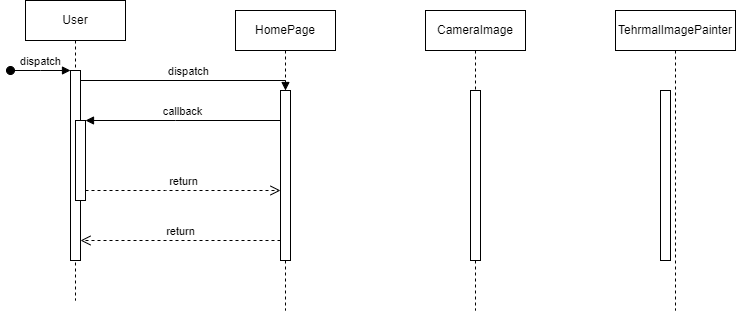
The draw.io diagram szekvencia.png in JBLogistic/Licence_Exam, before a commit. Source tidied: cells renumbered, new cells last; positions are measured from the earlier drawing's top-left corner, leaving out a move shared by most shapes.
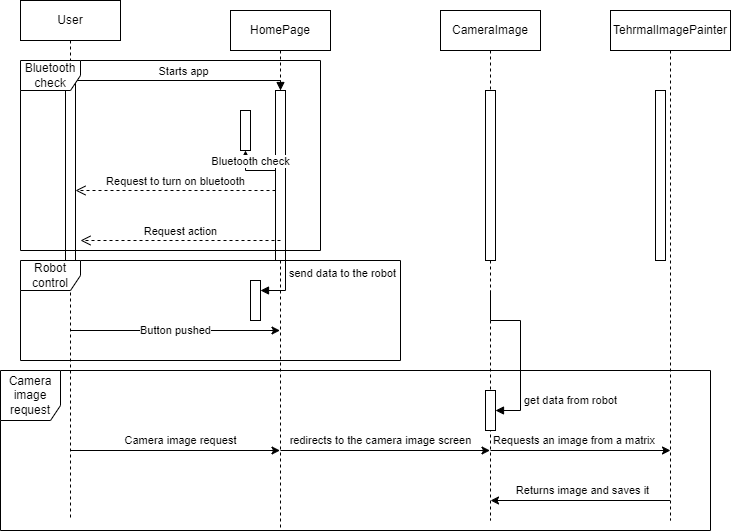
After the change.

Diff of the diagram source:
```diff
@@ -3,64 +3,126 @@
     <mxCell id="0" />
     <mxCell id="1" parent="0" />
     <mxCell id="2" value="User" style="shape=umlLifeline;perimeter=lifelinePerimeter;whiteSpace=wrap;html=1;newEdgeStyle={&quot;edgeStyle&quot;:&quot;elbowEdgeStyle&quot;,&quot;elbow&quot;:&quot;vertical&quot;,&quot;curved&quot;:0,&quot;rounded&quot;:0};" parent="1" vertex="1">
-      <mxGeometry x="15" width="100" height="300" as="geometry" />
+      <mxGeometry x="15" width="100" height="520" as="geometry" />
     </mxCell>
     <mxCell id="3" style="html=1;points=[];perimeter=orthogonalPerimeter;outlineConnect=0;targetShapes=umlLifeline;portConstraint=eastwest;newEdgeStyle={&quot;edgeStyle&quot;:&quot;elbowEdgeStyle&quot;,&quot;elbow&quot;:&quot;vertical&quot;,&quot;curved&quot;:0,&quot;rounded&quot;:0};" parent="2" vertex="1">
       <mxGeometry x="45" y="70" width="10" height="190" as="geometry" />
     </mxCell>
-    <mxCell id="4" value="dispatch" style="html=1;verticalAlign=bottom;startArrow=oval;endArrow=block;startSize=8;edgeStyle=elbowEdgeStyle;elbow=vertical;curved=0;rounded=0;" parent="2" edge="1" target="3">
-      <mxGeometry relative="1" as="geometry">
-        <mxPoint x="-15" y="70" as="sourcePoint" />
-      </mxGeometry>
-    </mxCell>
-    <mxCell id="5" style="html=1;points=[];perimeter=orthogonalPerimeter;outlineConnect=0;targetShapes=umlLifeline;portConstraint=eastwest;newEdgeStyle={&quot;edgeStyle&quot;:&quot;elbowEdgeStyle&quot;,&quot;elbow&quot;:&quot;vertical&quot;,&quot;curved&quot;:0,&quot;rounded&quot;:0};" parent="2" vertex="1">
-      <mxGeometry x="50" y="120" width="10" height="80" as="geometry" />
-    </mxCell>
     <mxCell id="6" value="HomePage" style="shape=umlLifeline;perimeter=lifelinePerimeter;whiteSpace=wrap;html=1;newEdgeStyle={&quot;edgeStyle&quot;:&quot;elbowEdgeStyle&quot;,&quot;elbow&quot;:&quot;vertical&quot;,&quot;curved&quot;:0,&quot;rounded&quot;:0};" parent="1" vertex="1">
-      <mxGeometry x="225" y="10" width="100" height="300" as="geometry" />
+      <mxGeometry x="225" y="10" width="100" height="520" as="geometry" />
     </mxCell>
     <mxCell id="7" style="html=1;points=[];perimeter=orthogonalPerimeter;outlineConnect=0;targetShapes=umlLifeline;portConstraint=eastwest;newEdgeStyle={&quot;edgeStyle&quot;:&quot;elbowEdgeStyle&quot;,&quot;elbow&quot;:&quot;vertical&quot;,&quot;curved&quot;:0,&quot;rounded&quot;:0};" parent="6" vertex="1">
       <mxGeometry x="45" y="80" width="10" height="170" as="geometry" />
     </mxCell>
+    <mxCell id="16" style="html=1;points=[];perimeter=orthogonalPerimeter;outlineConnect=0;targetShapes=umlLifeline;portConstraint=eastwest;newEdgeStyle={&quot;edgeStyle&quot;:&quot;elbowEdgeStyle&quot;,&quot;elbow&quot;:&quot;vertical&quot;,&quot;curved&quot;:0,&quot;rounded&quot;:0};" parent="6" vertex="1">
+      <mxGeometry x="10" y="100" width="10" height="40" as="geometry" />
+    </mxCell>
+    <mxCell id="17" style="html=1;points=[];perimeter=orthogonalPerimeter;outlineConnect=0;targetShapes=umlLifeline;portConstraint=eastwest;newEdgeStyle={&quot;edgeStyle&quot;:&quot;elbowEdgeStyle&quot;,&quot;elbow&quot;:&quot;vertical&quot;,&quot;curved&quot;:0,&quot;rounded&quot;:0};" parent="6" vertex="1">
+      <mxGeometry x="20" y="270" width="10" height="40" as="geometry" />
+    </mxCell>
+    <mxCell id="18" value="send data to the robot" style="html=1;align=left;spacingLeft=2;endArrow=block;rounded=0;edgeStyle=orthogonalEdgeStyle;curved=0;rounded=0;" parent="6" edge="1" target="17">
+      <mxGeometry relative="1" as="geometry">
+        <mxPoint x="25" y="250" as="sourcePoint" />
+        <Array as="points">
+          <mxPoint x="55" y="280" />
+        </Array>
+      </mxGeometry>
+    </mxCell>
-    <mxCell id="8" value="dispatch" style="html=1;verticalAlign=bottom;endArrow=block;edgeStyle=elbowEdgeStyle;elbow=vertical;curved=0;rounded=0;" parent="1" edge="1" source="3" target="7">
+    <mxCell id="8" value="Starts app" style="html=1;verticalAlign=bottom;endArrow=block;edgeStyle=elbowEdgeStyle;elbow=vertical;curved=0;rounded=0;" parent="1" edge="1" source="3" target="7">
       <mxGeometry relative="1" as="geometry">
         <Array as="points">
           <mxPoint x="155" y="80" />
         </Array>
       </mxGeometry>
     </mxCell>
-    <mxCell id="9" value="return" style="html=1;verticalAlign=bottom;endArrow=open;dashed=1;endSize=8;edgeStyle=elbowEdgeStyle;elbow=vertical;curved=0;rounded=0;" parent="1" edge="1" source="7" target="3">
+    <mxCell id="9" value="Request to turn on bluetooth" style="html=1;verticalAlign=bottom;endArrow=open;dashed=1;endSize=8;edgeStyle=elbowEdgeStyle;elbow=vertical;curved=0;rounded=0;" parent="1" edge="1">
       <mxGeometry relative="1" as="geometry">
+        <mxPoint x="270" y="190" as="sourcePoint" />
+        <mxPoint x="70" y="190" as="targetPoint" />
         <Array as="points">
-          <mxPoint x="165" y="240" />
+          <mxPoint x="165" y="190" />
         </Array>
       </mxGeometry>
     </mxCell>
-    <mxCell id="10" value="callback" style="html=1;verticalAlign=bottom;endArrow=block;edgeStyle=elbowEdgeStyle;elbow=vertical;curved=0;rounded=0;" parent="1" edge="1" source="7" target="5">
+    <mxCell id="10" value="Bluetooth check" style="html=1;verticalAlign=bottom;endArrow=block;edgeStyle=elbowEdgeStyle;elbow=vertical;curved=0;rounded=0;" parent="1" edge="1" target="16">
       <mxGeometry relative="1" as="geometry">
+        <mxPoint x="270" y="170" as="sourcePoint" />
         <Array as="points">
-          <mxPoint x="165" y="120" />
+          <mxPoint x="165" y="170" />
         </Array>
       </mxGeometry>
     </mxCell>
-    <mxCell id="11" value="return" style="html=1;verticalAlign=bottom;endArrow=open;dashed=1;endSize=8;edgeStyle=elbowEdgeStyle;elbow=vertical;curved=0;rounded=0;" parent="1" edge="1" source="5" target="7">
-      <mxGeometry relative="1" as="geometry">
-        <Array as="points">
-          <mxPoint x="155" y="190" />
-        </Array>
-      </mxGeometry>
-    </mxCell>
     <mxCell id="12" value="CameraImage" style="shape=umlLifeline;perimeter=lifelinePerimeter;whiteSpace=wrap;html=1;newEdgeStyle={&quot;edgeStyle&quot;:&quot;elbowEdgeStyle&quot;,&quot;elbow&quot;:&quot;vertical&quot;,&quot;curved&quot;:0,&quot;rounded&quot;:0};" parent="1" vertex="1">
-      <mxGeometry x="415" y="10" width="100" height="300" as="geometry" />
+      <mxGeometry x="435" y="10" width="100" height="510" as="geometry" />
     </mxCell>
     <mxCell id="13" style="html=1;perimeter=orthogonalPerimeter;targetShapes=umlLifeline;newEdgeStyle={&quot;edgeStyle&quot;:&quot;elbowEdgeStyle&quot;,&quot;elbow&quot;:&quot;vertical&quot;,&quot;curved&quot;:0,&quot;rounded&quot;:0};" parent="12" vertex="1">
       <mxGeometry x="45" y="80" width="10" height="170" as="geometry" />
     </mxCell>
+    <mxCell id="19" style="html=1;points=[];perimeter=orthogonalPerimeter;outlineConnect=0;targetShapes=umlLifeline;portConstraint=eastwest;newEdgeStyle={&quot;edgeStyle&quot;:&quot;elbowEdgeStyle&quot;,&quot;elbow&quot;:&quot;vertical&quot;,&quot;curved&quot;:0,&quot;rounded&quot;:0};" parent="12" vertex="1">
+      <mxGeometry x="45" y="380" width="10" height="40" as="geometry" />
+    </mxCell>
+    <mxCell id="20" value="get data from robot" style="html=1;align=left;spacingLeft=2;endArrow=block;rounded=0;edgeStyle=orthogonalEdgeStyle;curved=0;rounded=0;" parent="12" edge="1" target="19">
+      <mxGeometry x="0.6" relative="1" as="geometry">
+        <mxPoint x="50" y="280" as="sourcePoint" />
+        <Array as="points">
+          <mxPoint x="80" y="310" />
+        </Array>
+      </mxGeometry>
+    </mxCell>
     <mxCell id="14" value="TehrmalImagePainter" style="shape=umlLifeline;perimeter=lifelinePerimeter;whiteSpace=wrap;html=1;newEdgeStyle={&quot;edgeStyle&quot;:&quot;elbowEdgeStyle&quot;,&quot;elbow&quot;:&quot;vertical&quot;,&quot;curved&quot;:0,&quot;rounded&quot;:0};" parent="1" vertex="1">
-      <mxGeometry x="605" y="10" width="120" height="300" as="geometry" />
+      <mxGeometry x="605" y="10" width="120" height="510" as="geometry" />
     </mxCell>
     <mxCell id="15" style="html=1;perimeter=orthogonalPerimeter;targetShapes=umlLifeline;newEdgeStyle={&quot;edgeStyle&quot;:&quot;elbowEdgeStyle&quot;,&quot;elbow&quot;:&quot;vertical&quot;,&quot;curved&quot;:0,&quot;rounded&quot;:0};" parent="14" vertex="1">
       <mxGeometry x="45" y="80" width="10" height="170" as="geometry" />
     </mxCell>
+    <mxCell id="21" value="Request action" style="html=1;verticalAlign=bottom;endArrow=open;dashed=1;endSize=8;edgeStyle=elbowEdgeStyle;elbow=vertical;curved=0;rounded=0;" parent="1" edge="1">
+      <mxGeometry relative="1" as="geometry">
+        <mxPoint x="275" y="240" as="sourcePoint" />
+        <mxPoint x="75" y="240" as="targetPoint" />
+        <Array as="points">
+          <mxPoint x="170" y="240" />
+        </Array>
+      </mxGeometry>
+    </mxCell>
+    <mxCell id="22" value="Button pushed" style="endArrow=classic;html=1;rounded=0;" parent="1" edge="1">
+      <mxGeometry relative="1" as="geometry">
+        <mxPoint x="64.5" y="330" as="sourcePoint" />
+        <mxPoint x="274.5" y="330" as="targetPoint" />
+      </mxGeometry>
+    </mxCell>
+    <mxCell id="23" value="Camera image request" style="endArrow=classic;html=1;rounded=0;" parent="1" edge="1">
+      <mxGeometry x="0.05" y="10" relative="1" as="geometry">
+        <mxPoint x="65" y="450" as="sourcePoint" />
+        <mxPoint x="274.5" y="450" as="targetPoint" />
+      </mxGeometry>
+    </mxCell>
+    <mxCell id="24" value="redirects to the camera image screen" style="endArrow=classic;html=1;rounded=0;" parent="1" edge="1">
+      <mxGeometry x="-0.05" y="10" relative="1" as="geometry">
+        <mxPoint x="275" y="450" as="sourcePoint" />
+        <mxPoint x="484.5" y="450" as="targetPoint" />
+      </mxGeometry>
+    </mxCell>
+    <mxCell id="25" value="Requests an image from a matrix&amp;nbsp;" style="endArrow=classic;html=1;rounded=0;entryX=0.5;entryY=0.745;entryDx=0;entryDy=0;entryPerimeter=0;" parent="1" edge="1">
+      <mxGeometry x="-0.05" y="10" relative="1" as="geometry">
+        <mxPoint x="485" y="450" as="sourcePoint" />
+        <mxPoint x="665" y="450" as="targetPoint" />
+      </mxGeometry>
+    </mxCell>
+    <mxCell id="26" value="Returns image and saves it" style="endArrow=classic;html=1;rounded=0;" parent="1" edge="1">
+      <mxGeometry x="-0.01" y="-10" relative="1" as="geometry">
+        <mxPoint x="664.5" y="500" as="sourcePoint" />
+        <mxPoint x="485" y="500" as="targetPoint" />
+        <mxPoint x="1" as="offset" />
+      </mxGeometry>
+    </mxCell>
+    <mxCell id="27" value="Bluetooth check" style="shape=umlFrame;whiteSpace=wrap;html=1;" parent="1" vertex="1">
+      <mxGeometry x="15" y="60" width="300" height="190" as="geometry" />
+    </mxCell>
+    <mxCell id="28" value="Robot control" style="shape=umlFrame;whiteSpace=wrap;html=1;" parent="1" vertex="1">
+      <mxGeometry x="15" y="260" width="380" height="100" as="geometry" />
+    </mxCell>
+    <mxCell id="29" value="Camera image request" style="shape=umlFrame;whiteSpace=wrap;html=1;width=60;height=50;" parent="1" vertex="1">
+      <mxGeometry x="-5" y="370" width="710" height="160" as="geometry" />
+    </mxCell>
   </root>
 </mxGraphModel>
```
